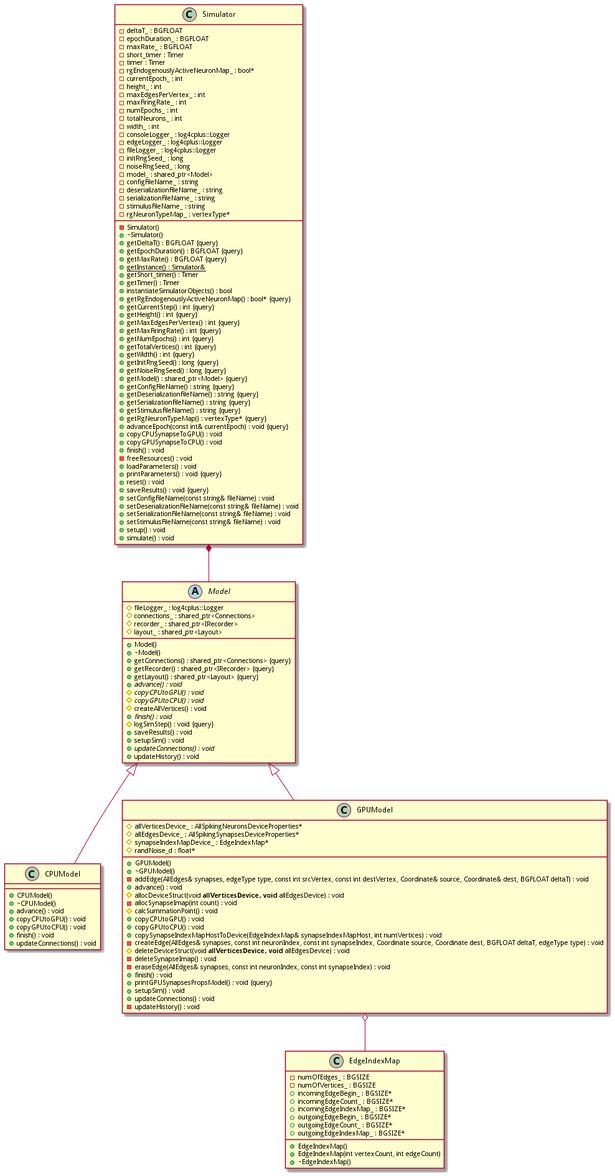
The PlantUML diagram docs/Developer/ClassDiagrams/diagrams/GraphittiCoreClassDiagram.png in UWB-Biocomputing/Graphitti, before a commit.
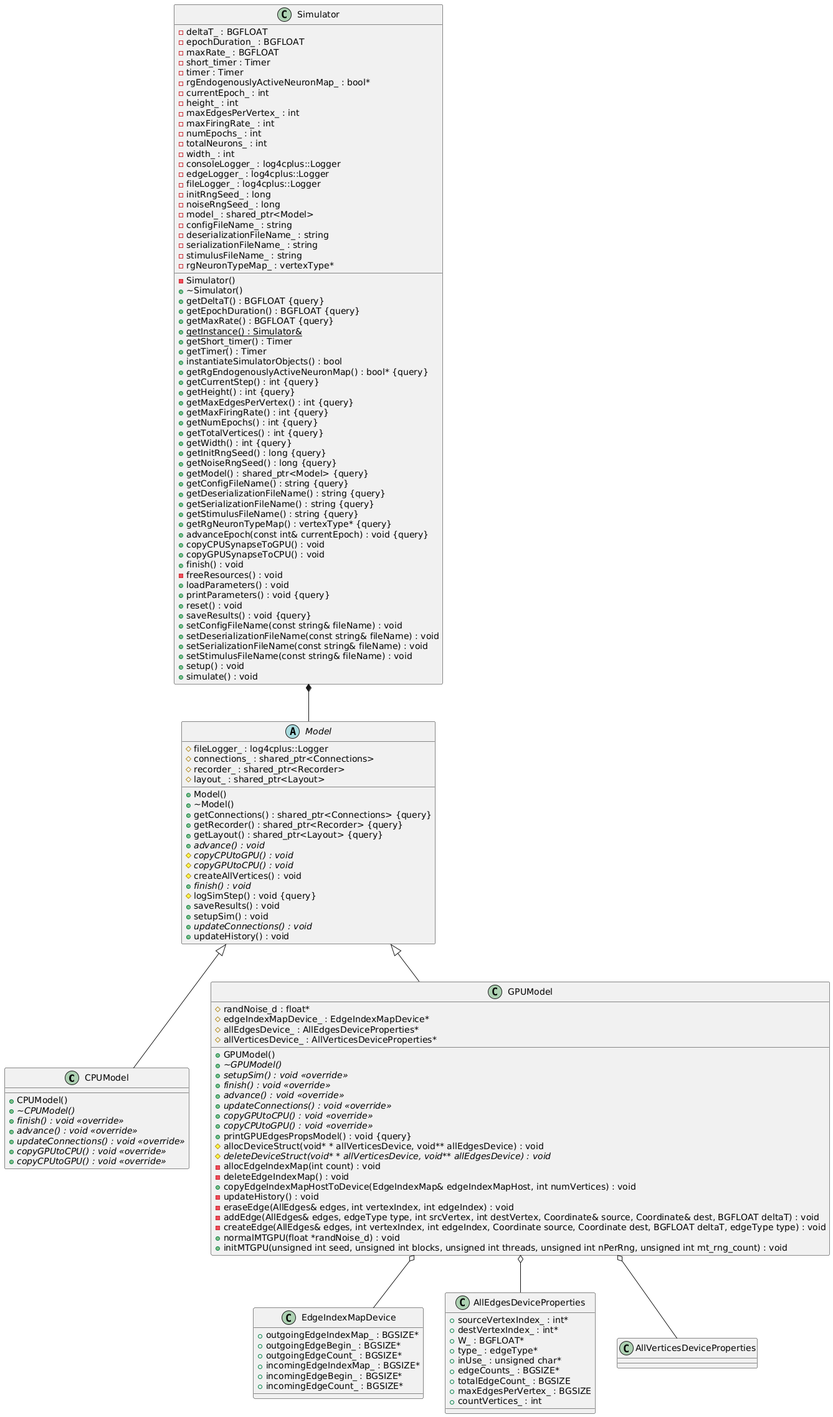
Later version of the same file.

The edit, as a diff of the source:
```diff
@@ -1,45 +1,41 @@
-@startuml GraphittiCoreClassDiagram
-
-
-
-
-
+@startuml
 
 class CPUModel {
 	+CPUModel()
-	+~CPUModel()
-	+advance() : void
-	+copyCPUtoGPU() : void
-	+copyGPUtoCPU() : void
-	+finish() : void
-	+updateConnections() : void
+	+{abstract} ~CPUModel()
+	+{abstract} finish() : void <<override>>
+	+{abstract} advance() : void <<override>>
+	+{abstract} updateConnections() : void <<override>>
+	+{abstract} copyGPUtoCPU() : void <<override>>
+	+{abstract} copyCPUtoGPU() : void <<override>>
 }
 
 
 class GPUModel {
 	+GPUModel()
-	+~GPUModel()
-	#allVerticesDevice_ : AllSpikingNeuronsDeviceProperties*
-	#allEdgesDevice_ : AllSpikingSynapsesDeviceProperties*
-	#synapseIndexMapDevice_ : EdgeIndexMap*
+	+{abstract} ~GPUModel()
+	+{abstract} setupSim() : void <<override>>
+	+{abstract} finish() : void <<override>>
+	+{abstract} advance() : void <<override>>
+	+{abstract} updateConnections() : void <<override>>
+	+{abstract} copyGPUtoCPU() : void <<override>>
+	+{abstract} copyCPUtoGPU() : void <<override>>
+	+printGPUEdgesPropsModel() : void {query}
+	#allocDeviceStruct(void* * allVerticesDevice, void** allEdgesDevice) : void
+	#{abstract} deleteDeviceStruct(void* * allVerticesDevice, void** allEdgesDevice) : void
 	#randNoise_d : float*
-	-addEdge(AllEdges& synapses, edgeType type, const int srcVertex, const int destVertex, Coordinate& source, Coordinate& dest, BGFLOAT deltaT) : void
-	+advance() : void
-	#allocDeviceStruct(void** allVerticesDevice, void** allEdgesDevice) : void
-	-allocSynapseImap(int count) : void
-	#calcSummationPoint() : void
-	+copyCPUtoGPU() : void
-	+copyGPUtoCPU() : void
-	+copySynapseIndexMapHostToDevice(EdgeIndexMap& synapseIndexMapHost, int numVertices) : void
-	-createEdge(AllEdges& synapses, const int neuronIndex, const int synapseIndex, Coordinate source, Coordinate dest, BGFLOAT deltaT, edgeType type) : void
-	#deleteDeviceStruct(void** allVerticesDevice, void** allEdgesDevice) : void
-	-deleteSynapseImap() : void
-	-eraseEdge(AllEdges& synapses, const int neuronIndex, const int synapseIndex) : void
-	+finish() : void
-	+printGPUSynapsesPropsModel() : void {query}
-	+setupSim() : void
-	+updateConnections() : void
+	#edgeIndexMapDevice_ : EdgeIndexMapDevice*
+	#allEdgesDevice_ : AllEdgesDeviceProperties*
+	#allVerticesDevice_ : AllVerticesDeviceProperties*
+	-allocEdgeIndexMap(int count) : void
+	-deleteEdgeIndexMap() : void
+	+copyEdgeIndexMapHostToDevice(EdgeIndexMap& edgeIndexMapHost, int numVertices) : void
 	-updateHistory() : void
+	-eraseEdge(AllEdges& edges, int vertexIndex, int edgeIndex) : void
+	-addEdge(AllEdges& edges, edgeType type, int srcVertex, int destVertex, Coordinate& source, Coordinate& dest, BGFLOAT deltaT) : void
+	-createEdge(AllEdges& edges, int vertexIndex, int edgeIndex, Coordinate source, Coordinate dest, BGFLOAT deltaT, edgeType type) : void
+	+normalMTGPU(float *randNoise_d) : void
+	+initMTGPU(unsigned int seed, unsigned int blocks, unsigned int threads, unsigned int nPerRng, unsigned int mt_rng_count) : void
 }
 
 
@@ -49,8 +45,8 @@
 	#fileLogger_ : log4cplus::Logger
 	#connections_ : shared_ptr<Connections>
 	+getConnections() : shared_ptr<Connections> {query}
-	+getRecorder() : shared_ptr<IRecorder> {query}
-	#recorder_ : shared_ptr<IRecorder>
+	+getRecorder() : shared_ptr<Recorder> {query}
+	#recorder_ : shared_ptr<Recorder>
 	+getLayout() : shared_ptr<Layout> {query}
 	#layout_ : shared_ptr<Layout>
 	+{abstract} advance() : void
@@ -134,18 +130,31 @@
 }
 
 
-class EdgeIndexMap {
-	+EdgeIndexMap()
-	+EdgeIndexMap(int vertexCount, int edgeCount)
-	+~EdgeIndexMap()
-	-numOfEdges_ : BGSIZE
-	-numOfVertices_ : BGSIZE
-	+incomingEdgeBegin_ : BGSIZE*
-	+incomingEdgeCount_ : BGSIZE*
-	+incomingEdgeIndexMap_ : BGSIZE*
-	+outgoingEdgeBegin_ : BGSIZE*
-	+outgoingEdgeCount_ : BGSIZE*
-	+outgoingEdgeIndexMap_ : BGSIZE*
+class EdgeIndexMapDevice {
+  +outgoingEdgeIndexMap_ : BGSIZE*
+  +outgoingEdgeBegin_ : BGSIZE*
+  +outgoingEdgeCount_ : BGSIZE*
+  +incomingEdgeIndexMap_ : BGSIZE*
+  +incomingEdgeBegin_ : BGSIZE*
+  +incomingEdgeCount_ : BGSIZE*
+}
+
+
+class AllEdgesDeviceProperties {
+  +sourceVertexIndex_ : int*
+  +destVertexIndex_ : int*
+  +W_ : BGFLOAT*
+  +type_ : edgeType*
+  +inUse_ : unsigned char*
+  +edgeCounts_ : BGSIZE*
+  +totalEdgeCount_ : BGSIZE
+  +maxEdgesPerVertex_ : BGSIZE
+  +countVertices_ : int
+}
+
+
+class AllVerticesDeviceProperties {
+
 }
 
 
@@ -163,13 +172,9 @@
 
 
 
-.GPUModel o-- .EdgeIndexMap
+.GPUModel o-- .EdgeIndexMapDevice
+.GPUModel o-- .AllEdgesDeviceProperties
+.GPUModel o-- .AllVerticesDeviceProperties
 
 .Simulator *-- .Model
-
-
-
-
-
-
 @enduml
```
